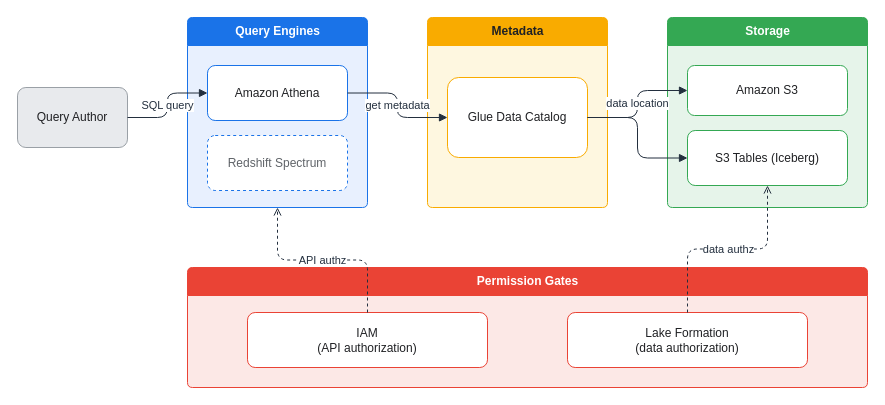
Earlier version of the draw.io diagram assets/img/aws/analytics-stack-04-overview.drawio (KKamJi98/kkamji98.github.io). Source tidied: cells renumbered, new cells numbered last; positions are measured from the earlier drawing's top-left corner, leaving out a move shared by most shapes. Both pictures are drawn from the tidied source at 100%, with x=0, y=0 at pixel (17, 17).
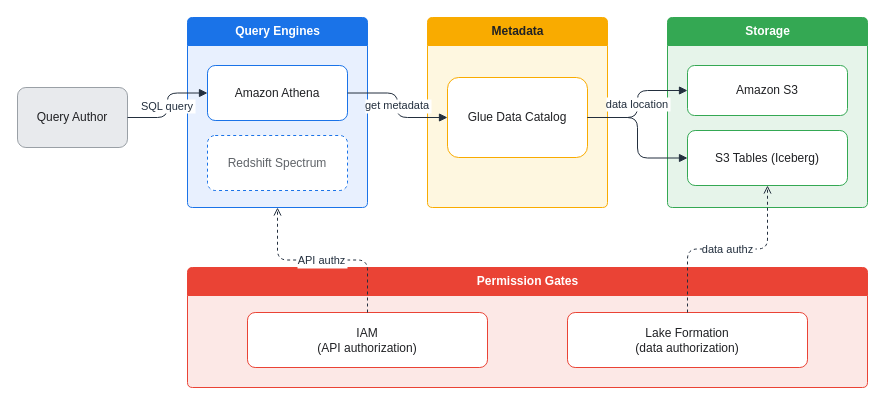
Above is the later version.

What changed in the source:
```diff
@@
 <mxGraphModel>
   <root>
     <mxCell id="0" />
     <mxCell id="1" parent="0" />
     <mxCell id="2" value="Query Author" style="rounded=1;whiteSpace=wrap;html=1;arcSize=14;shadow=0;fillColor=#E8EAED;strokeColor=#9AA0A6;fontColor=#202124;" parent="1" vertex="1">
       <mxGeometry y="70" width="110" height="60" as="geometry" />
     </mxCell>
     <mxCell id="3" value="Query Engines" style="swimlane;rounded=1;arcSize=6;html=1;fillColor=#1A73E8;fontColor=#FFFFFF;swimlaneFillColor=#E8F0FE;strokeColor=#1A73E8;startSize=28;shadow=0;fontStyle=1;" parent="1" vertex="1">
       <mxGeometry x="170" width="180" height="190" as="geometry" />
     </mxCell>
     <mxCell id="4" value="Amazon Athena" style="rounded=1;whiteSpace=wrap;html=1;arcSize=14;fillColor=#FFFFFF;strokeColor=#1A73E8;fontColor=#202124;" parent="3" vertex="1">
       <mxGeometry x="20" y="48" width="140" height="55" as="geometry" />
     </mxCell>
     <mxCell id="5" value="Redshift Spectrum" style="rounded=1;whiteSpace=wrap;html=1;arcSize=14;fillColor=#FFFFFF;strokeColor=#1A73E8;fontColor=#5F6368;dashed=1;" parent="3" vertex="1">
       <mxGeometry x="20" y="118" width="140" height="55" as="geometry" />
     </mxCell>
     <mxCell id="6" value="Metadata" style="swimlane;rounded=1;arcSize=6;html=1;fillColor=#F9AB00;fontColor=#202124;swimlaneFillColor=#FEF7E0;strokeColor=#F9AB00;startSize=28;shadow=0;fontStyle=1;" parent="1" vertex="1">
       <mxGeometry x="410" width="180" height="190" as="geometry" />
     </mxCell>
     <mxCell id="7" value="Glue Data Catalog" style="rounded=1;whiteSpace=wrap;html=1;arcSize=14;fillColor=#FFFFFF;strokeColor=#F9AB00;fontColor=#202124;" parent="6" vertex="1">
       <mxGeometry x="20" y="60" width="140" height="80" as="geometry" />
     </mxCell>
     <mxCell id="8" value="Storage" style="swimlane;rounded=1;arcSize=6;html=1;fillColor=#34A853;fontColor=#FFFFFF;swimlaneFillColor=#E6F4EA;strokeColor=#34A853;startSize=28;shadow=0;fontStyle=1;" parent="1" vertex="1">
       <mxGeometry x="650" width="200" height="190" as="geometry" />
     </mxCell>
     <mxCell id="9" value="Amazon S3" style="rounded=1;whiteSpace=wrap;html=1;arcSize=14;fillColor=#FFFFFF;strokeColor=#34A853;fontColor=#202124;" parent="8" vertex="1">
       <mxGeometry x="20" y="48" width="160" height="50" as="geometry" />
     </mxCell>
     <mxCell id="10" value="S3 Tables (Iceberg)" style="rounded=1;whiteSpace=wrap;html=1;arcSize=14;fillColor=#FFFFFF;strokeColor=#34A853;fontColor=#202124;" parent="8" vertex="1">
       <mxGeometry x="20" y="113" width="160" height="55" as="geometry" />
     </mxCell>
     <mxCell id="11" value="Permission Gates" style="swimlane;rounded=1;arcSize=6;html=1;fillColor=#EA4335;fontColor=#FFFFFF;swimlaneFillColor=#FCE8E6;strokeColor=#EA4335;startSize=28;shadow=0;fontStyle=1;" parent="1" vertex="1">
       <mxGeometry x="170" y="250" width="680" height="120" as="geometry" />
     </mxCell>
     <mxCell id="12" value="IAM&#10;(API authorization)" style="rounded=1;whiteSpace=wrap;html=1;arcSize=14;fillColor=#FFFFFF;strokeColor=#EA4335;fontColor=#202124;" parent="11" vertex="1">
       <mxGeometry x="60" y="45" width="240" height="55" as="geometry" />
     </mxCell>
     <mxCell id="13" value="Lake Formation&#10;(data authorization)" style="rounded=1;whiteSpace=wrap;html=1;arcSize=14;fillColor=#FFFFFF;strokeColor=#EA4335;fontColor=#202124;" parent="11" vertex="1">
       <mxGeometry x="380" y="45" width="240" height="55" as="geometry" />
     </mxCell>
-    <mxCell id="14" value="SQL query" style="edgeStyle=orthogonalEdgeStyle;rounded=1;html=1;fontColor=#232F3E;strokeColor=#232F3E;labelBackgroundColor=#FFFFFF;endArrow=block;" parent="1" edge="1" source="2" target="4">
+    <mxCell id="14" value="SQL query" style="edgeStyle=orthogonalEdgeStyle;rounded=1;html=0;fontColor=#232F3E;strokeColor=#232F3E;labelBackgroundColor=#FFFFFF;endArrow=block;" parent="1" edge="1" source="2" target="4">
       <mxGeometry relative="1" as="geometry" />
     </mxCell>
-    <mxCell id="15" value="get metadata" style="edgeStyle=orthogonalEdgeStyle;rounded=1;html=1;fontColor=#232F3E;strokeColor=#232F3E;labelBackgroundColor=#FFFFFF;endArrow=block;" parent="1" edge="1" source="4" target="7">
+    <mxCell id="15" value="get metadata" style="edgeStyle=orthogonalEdgeStyle;rounded=1;html=0;fontColor=#232F3E;strokeColor=#232F3E;labelBackgroundColor=#FFFFFF;endArrow=block;" parent="1" edge="1" source="4" target="7">
       <mxGeometry relative="1" as="geometry" />
     </mxCell>
-    <mxCell id="16" value="data location" style="edgeStyle=orthogonalEdgeStyle;rounded=1;html=1;fontColor=#232F3E;strokeColor=#232F3E;labelBackgroundColor=#FFFFFF;endArrow=block;" parent="1" edge="1" source="7" target="9">
+    <mxCell id="16" value="data location" style="edgeStyle=orthogonalEdgeStyle;rounded=1;html=0;fontColor=#232F3E;strokeColor=#232F3E;labelBackgroundColor=#FFFFFF;endArrow=block;" parent="1" edge="1" source="7" target="9">
       <mxGeometry relative="1" as="geometry" />
     </mxCell>
     <mxCell id="17" style="edgeStyle=orthogonalEdgeStyle;rounded=1;html=1;fontColor=#232F3E;strokeColor=#232F3E;endArrow=block;" parent="1" edge="1" source="7" target="10">
       <mxGeometry relative="1" as="geometry" />
     </mxCell>
-    <mxCell id="18" value="API authz" style="edgeStyle=orthogonalEdgeStyle;rounded=1;html=1;dashed=1;fontColor=#232F3E;strokeColor=#232F3E;labelBackgroundColor=#FFFFFF;endArrow=open;" parent="1" edge="1" source="12" target="3">
+    <mxCell id="18" value="API authz" style="edgeStyle=orthogonalEdgeStyle;rounded=1;html=0;dashed=1;fontColor=#232F3E;strokeColor=#232F3E;labelBackgroundColor=#FFFFFF;endArrow=open;" parent="1" edge="1" source="12" target="3">
       <mxGeometry relative="1" as="geometry" />
     </mxCell>
-    <mxCell id="19" value="data authz" style="edgeStyle=orthogonalEdgeStyle;rounded=1;html=1;dashed=1;fontColor=#232F3E;strokeColor=#232F3E;labelBackgroundColor=#FFFFFF;endArrow=open;" parent="1" edge="1" source="13" target="10">
+    <mxCell id="19" value="data authz" style="edgeStyle=orthogonalEdgeStyle;rounded=1;html=0;dashed=1;fontColor=#232F3E;strokeColor=#232F3E;labelBackgroundColor=#FFFFFF;endArrow=open;" parent="1" edge="1" source="13" target="10">
       <mxGeometry relative="1" as="geometry" />
     </mxCell>
   </root>
 </mxGraphModel>
```
